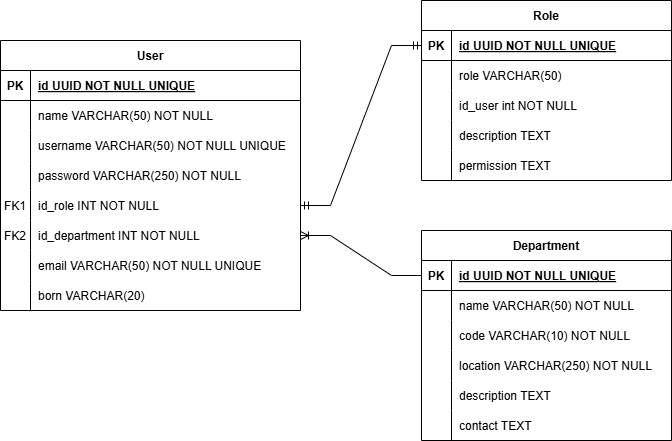
The draw.io diagram JSM_ERD.drawio.png in irvanhanif/Department-API-Test, before a commit. Source tidied: cells renumbered, new cells last; positions are measured from the earlier drawing's top-left corner, leaving out a move shared by most shapes.
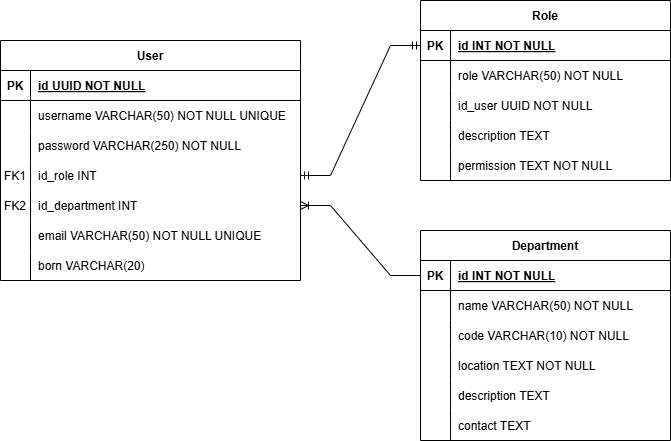
After the change.

What changed in the source:
```diff
@@ -11,7 +11,7 @@
     <mxCell id="4" value="PK" style="shape=partialRectangle;overflow=hidden;fillColor=none;top=0;left=0;bottom=0;right=0;fontStyle=1;" parent="3" vertex="1">
       <mxGeometry width="30" height="30" as="geometry" />
     </mxCell>
-    <mxCell id="5" value="id UUID NOT NULL UNIQUE" style="shape=partialRectangle;overflow=hidden;fillColor=none;top=0;left=0;bottom=0;right=0;align=left;spacingLeft=6;fontStyle=5;" parent="3" vertex="1">
+    <mxCell id="5" value="id INT NOT NULL" style="shape=partialRectangle;overflow=hidden;fillColor=none;top=0;left=0;bottom=0;right=0;align=left;spacingLeft=6;fontStyle=5;" parent="3" vertex="1">
       <mxGeometry x="30" width="220" height="30" as="geometry" />
     </mxCell>
     <mxCell id="6" style="shape=partialRectangle;fillColor=none;top=0;left=0;right=0;bottom=0;" parent="2" vertex="1">
@@ -20,7 +20,7 @@
     <mxCell id="7" style="shape=partialRectangle;overflow=hidden;fillColor=none;top=0;left=0;bottom=0;right=0;" parent="6" vertex="1">
       <mxGeometry width="30" height="30" as="geometry" />
     </mxCell>
-    <mxCell id="8" value="role VARCHAR(50)" style="shape=partialRectangle;overflow=hidden;fillColor=none;top=0;left=0;bottom=0;right=0;align=left;spacingLeft=6;" parent="6" vertex="1">
+    <mxCell id="8" value="role VARCHAR(50) NOT NULL" style="shape=partialRectangle;overflow=hidden;fillColor=none;top=0;left=0;bottom=0;right=0;align=left;spacingLeft=6;" parent="6" vertex="1">
       <mxGeometry x="30" width="220" height="30" as="geometry" />
     </mxCell>
     <mxCell id="9" style="shape=partialRectangle;fillColor=none;top=0;left=0;right=0;bottom=0;" parent="2" vertex="1">
@@ -29,7 +29,7 @@
     <mxCell id="10" style="shape=partialRectangle;overflow=hidden;fillColor=none;top=0;left=0;bottom=0;right=0;" parent="9" vertex="1">
       <mxGeometry width="30" height="30" as="geometry" />
     </mxCell>
-    <mxCell id="11" value="id_user int NOT NULL" style="shape=partialRectangle;overflow=hidden;fillColor=none;top=0;left=0;bottom=0;right=0;align=left;spacingLeft=6;" parent="9" vertex="1">
+    <mxCell id="11" value="id_user UUID NOT NULL" style="shape=partialRectangle;overflow=hidden;fillColor=none;top=0;left=0;bottom=0;right=0;align=left;spacingLeft=6;" parent="9" vertex="1">
       <mxGeometry x="30" width="220" height="30" as="geometry" />
     </mxCell>
     <mxCell id="12" style="shape=partialRectangle;fillColor=none;top=0;left=0;right=0;bottom=0;" parent="2" vertex="1">
@@ -47,7 +47,7 @@
     <mxCell id="16" style="shape=partialRectangle;overflow=hidden;fillColor=none;top=0;left=0;bottom=0;right=0;" parent="15" vertex="1">
       <mxGeometry width="30" height="30" as="geometry" />
     </mxCell>
-    <mxCell id="17" value="permission TEXT" style="shape=partialRectangle;overflow=hidden;fillColor=none;top=0;left=0;bottom=0;right=0;align=left;spacingLeft=6;" parent="15" vertex="1">
+    <mxCell id="17" value="permission TEXT NOT NULL" style="shape=partialRectangle;overflow=hidden;fillColor=none;top=0;left=0;bottom=0;right=0;align=left;spacingLeft=6;" parent="15" vertex="1">
       <mxGeometry x="30" width="220" height="30" as="geometry" />
     </mxCell>
     <mxCell id="18" value="Department" style="shape=table;startSize=30;rowLines=0;fontStyle=1;align=center;" parent="1" vertex="1">
@@ -59,7 +59,7 @@
     <mxCell id="20" value="PK" style="shape=partialRectangle;overflow=hidden;fillColor=none;top=0;left=0;bottom=0;right=0;fontStyle=1;" parent="19" vertex="1">
       <mxGeometry width="30" height="30" as="geometry" />
     </mxCell>
-    <mxCell id="21" value="id UUID NOT NULL UNIQUE" style="shape=partialRectangle;overflow=hidden;fillColor=none;top=0;left=0;bottom=0;right=0;align=left;spacingLeft=6;fontStyle=5;" parent="19" vertex="1">
+    <mxCell id="21" value="id INT NOT NULL" style="shape=partialRectangle;overflow=hidden;fillColor=none;top=0;left=0;bottom=0;right=0;align=left;spacingLeft=6;fontStyle=5;" parent="19" vertex="1">
       <mxGeometry x="30" width="220" height="30" as="geometry" />
     </mxCell>
     <mxCell id="22" style="shape=partialRectangle;fillColor=none;top=0;left=0;right=0;bottom=0;" parent="18" vertex="1">
@@ -86,7 +86,7 @@
     <mxCell id="29" style="shape=partialRectangle;overflow=hidden;fillColor=none;top=0;left=0;bottom=0;right=0;" parent="28" vertex="1">
       <mxGeometry width="30" height="30" as="geometry" />
     </mxCell>
-    <mxCell id="30" value="location VARCHAR(250) NOT NULL" style="shape=partialRectangle;overflow=hidden;fillColor=none;top=0;left=0;bottom=0;right=0;align=left;spacingLeft=6;" parent="28" vertex="1">
+    <mxCell id="30" value="location TEXT NOT NULL" style="shape=partialRectangle;overflow=hidden;fillColor=none;top=0;left=0;bottom=0;right=0;align=left;spacingLeft=6;" parent="28" vertex="1">
       <mxGeometry x="30" width="220" height="30" as="geometry" />
     </mxCell>
     <mxCell id="31" style="shape=partialRectangle;fillColor=none;top=0;left=0;right=0;bottom=0;" parent="18" vertex="1">
@@ -108,7 +108,7 @@
       <mxGeometry x="30" width="220" height="30" as="geometry" />
     </mxCell>
     <mxCell id="37" value="User" style="shape=table;startSize=30;rowLines=0;fontStyle=1;align=center;" parent="1" vertex="1">
-      <mxGeometry y="40" width="300" height="270" as="geometry" />
+      <mxGeometry x="1" y="40" width="300" height="240" as="geometry" />
     </mxCell>
     <mxCell id="38" style="shape=partialRectangle;fillColor=none;top=0;left=0;right=0;bottom=1;" parent="37" vertex="1">
       <mxGeometry y="30" width="300" height="30" as="geometry" />
@@ -116,20 +116,11 @@
     <mxCell id="39" value="PK" style="shape=partialRectangle;overflow=hidden;fillColor=none;top=0;left=0;bottom=0;right=0;fontStyle=1;" parent="38" vertex="1">
       <mxGeometry width="30" height="30" as="geometry" />
     </mxCell>
-    <mxCell id="40" value="id UUID NOT NULL UNIQUE" style="shape=partialRectangle;overflow=hidden;fillColor=none;top=0;left=0;bottom=0;right=0;align=left;spacingLeft=6;fontStyle=5;" parent="38" vertex="1">
+    <mxCell id="40" value="id UUID NOT NULL" style="shape=partialRectangle;overflow=hidden;fillColor=none;top=0;left=0;bottom=0;right=0;align=left;spacingLeft=6;fontStyle=5;" parent="38" vertex="1">
       <mxGeometry x="30" width="270" height="30" as="geometry" />
     </mxCell>
-    <mxCell id="41" style="shape=partialRectangle;fillColor=none;top=0;left=0;right=0;bottom=0;" parent="37" vertex="1">
-      <mxGeometry y="60" width="300" height="30" as="geometry" />
-    </mxCell>
-    <mxCell id="42" style="shape=partialRectangle;overflow=hidden;fillColor=none;top=0;left=0;bottom=0;right=0;" parent="41" vertex="1">
-      <mxGeometry width="30" height="30" as="geometry" />
-    </mxCell>
-    <mxCell id="43" value="name VARCHAR(50) NOT NULL" style="shape=partialRectangle;overflow=hidden;fillColor=none;top=0;left=0;bottom=0;right=0;align=left;spacingLeft=6;" parent="41" vertex="1">
-      <mxGeometry x="30" width="270" height="30" as="geometry" />
-    </mxCell>
     <mxCell id="44" style="shape=partialRectangle;fillColor=none;top=0;left=0;right=0;bottom=0;" parent="37" vertex="1">
-      <mxGeometry y="90" width="300" height="30" as="geometry" />
+      <mxGeometry y="60" width="300" height="30" as="geometry" />
     </mxCell>
     <mxCell id="45" style="shape=partialRectangle;overflow=hidden;fillColor=none;top=0;left=0;bottom=0;right=0;" parent="44" vertex="1">
       <mxGeometry width="30" height="30" as="geometry" />
@@ -138,7 +129,7 @@
       <mxGeometry x="30" width="270" height="30" as="geometry" />
     </mxCell>
     <mxCell id="47" style="shape=partialRectangle;fillColor=none;top=0;left=0;right=0;bottom=0;" parent="37" vertex="1">
-      <mxGeometry y="120" width="300" height="30" as="geometry" />
+      <mxGeometry y="90" width="300" height="30" as="geometry" />
     </mxCell>
     <mxCell id="48" style="shape=partialRectangle;overflow=hidden;fillColor=none;top=0;left=0;bottom=0;right=0;" parent="47" vertex="1">
       <mxGeometry width="30" height="30" as="geometry" />
@@ -147,25 +138,25 @@
       <mxGeometry x="30" width="270" height="30" as="geometry" />
     </mxCell>
     <mxCell id="50" style="shape=partialRectangle;fillColor=none;points=[[0,0.5],[1,0.5]];portConstraint=eastwest;top=0;left=0;right=0;bottom=0;" parent="37" vertex="1">
-      <mxGeometry y="150" width="300" height="30" as="geometry" />
+      <mxGeometry y="120" width="300" height="30" as="geometry" />
     </mxCell>
     <mxCell id="51" value="FK1" style="shape=partialRectangle;overflow=hidden;fillColor=none;top=0;left=0;bottom=0;right=0;" parent="50" vertex="1">
       <mxGeometry width="30" height="30" as="geometry" />
     </mxCell>
-    <mxCell id="52" value="id_role INT NOT NULL" style="shape=partialRectangle;overflow=hidden;fillColor=none;top=0;left=0;bottom=0;right=0;align=left;spacingLeft=6;" parent="50" vertex="1">
+    <mxCell id="52" value="id_role INT" style="shape=partialRectangle;overflow=hidden;fillColor=none;top=0;left=0;bottom=0;right=0;align=left;spacingLeft=6;" parent="50" vertex="1">
       <mxGeometry x="30" width="270" height="30" as="geometry" />
     </mxCell>
     <mxCell id="53" style="shape=partialRectangle;fillColor=none;points=[[0,0.5],[1,0.5]];portConstraint=eastwest;top=0;left=0;right=0;bottom=0;" parent="37" vertex="1">
-      <mxGeometry y="180" width="300" height="30" as="geometry" />
+      <mxGeometry y="150" width="300" height="30" as="geometry" />
     </mxCell>
     <mxCell id="54" value="FK2" style="shape=partialRectangle;overflow=hidden;fillColor=none;top=0;left=0;bottom=0;right=0;" parent="53" vertex="1">
       <mxGeometry width="30" height="30" as="geometry" />
     </mxCell>
-    <mxCell id="55" value="id_department INT NOT NULL" style="shape=partialRectangle;overflow=hidden;fillColor=none;top=0;left=0;bottom=0;right=0;align=left;spacingLeft=6;" parent="53" vertex="1">
+    <mxCell id="55" value="id_department INT" style="shape=partialRectangle;overflow=hidden;fillColor=none;top=0;left=0;bottom=0;right=0;align=left;spacingLeft=6;" parent="53" vertex="1">
       <mxGeometry x="30" width="270" height="30" as="geometry" />
     </mxCell>
     <mxCell id="56" style="shape=partialRectangle;fillColor=none;top=0;left=0;right=0;bottom=0;" parent="37" vertex="1">
-      <mxGeometry y="210" width="300" height="30" as="geometry" />
+      <mxGeometry y="180" width="300" height="30" as="geometry" />
     </mxCell>
     <mxCell id="57" style="shape=partialRectangle;overflow=hidden;fillColor=none;top=0;left=0;bottom=0;right=0;" parent="56" vertex="1">
       <mxGeometry width="30" height="30" as="geometry" />
@@ -174,7 +165,7 @@
       <mxGeometry x="30" width="270" height="30" as="geometry" />
     </mxCell>
     <mxCell id="59" style="shape=partialRectangle;fillColor=none;top=0;left=0;right=0;bottom=0;" parent="37" vertex="1">
-      <mxGeometry y="240" width="300" height="30" as="geometry" />
+      <mxGeometry y="210" width="300" height="30" as="geometry" />
     </mxCell>
     <mxCell id="60" style="shape=partialRectangle;overflow=hidden;fillColor=none;top=0;left=0;bottom=0;right=0;" parent="59" vertex="1">
       <mxGeometry width="30" height="30" as="geometry" />
```
